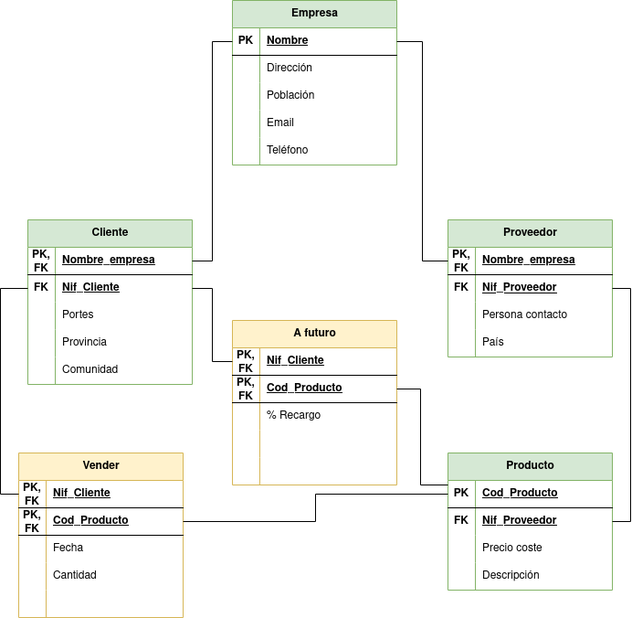
The draw.io diagram Unidad-1/Tareas/Tareas-evaluables/Tarea-evaluable-5/tarea-empresa-compraventa.drawio.png in LuisMGlez/base-datos, before a commit. Source tidied: cells renumbered, new cells last; positions are measured from the earlier drawing's top-left corner, leaving out a move shared by most shapes.
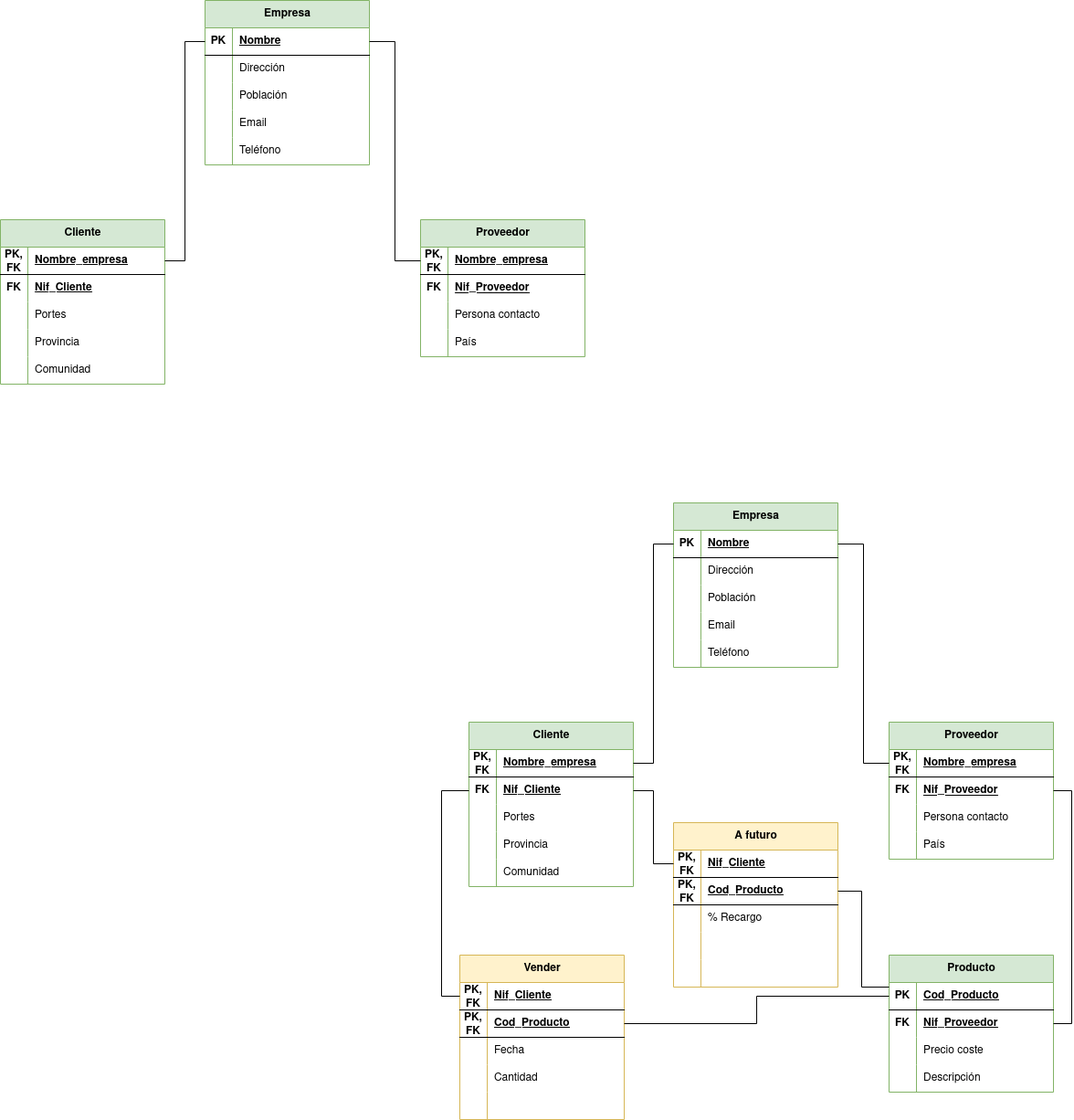
After the change.

Change to the diagram source:
```diff
@@ -299,5 +299,146 @@
     <mxCell id="98" style="edgeStyle=orthogonalEdgeStyle;rounded=0;jettySize=auto;html=1;exitX=1;exitY=0.5;exitDx=0;exitDy=0;entryX=1;entryY=0.5;entryDx=0;entryDy=0;endArrow=none;endFill=0;" parent="1" edge="1" source="38" target="49">
       <mxGeometry relative="1" as="geometry" />
     </mxCell>
+    <mxCell id="99" value="Cliente" style="shape=table;startSize=30;rowLines=0;fontStyle=1;align=center;html=1;fillColor=#d5e8d4;strokeColor=#82b366;" parent="1" vertex="1">
+      <mxGeometry x="-503" y="-310" width="180" height="180" as="geometry" />
+    </mxCell>
+    <mxCell id="100" style="shape=tableRow;horizontal=0;startSize=0;swimlaneHead=0;swimlaneBody=0;fillColor=none;points=[[0,0.5],[1,0.5]];portConstraint=eastwest;top=0;left=0;right=0;bottom=1;" parent="99" vertex="1">
+      <mxGeometry y="30" width="180" height="30" as="geometry" />
+    </mxCell>
+    <mxCell id="101" value="PK, FK" style="shape=partialRectangle;fillColor=none;top=0;left=0;bottom=0;right=0;fontStyle=1;overflow=hidden;whiteSpace=wrap;html=1;" parent="100" vertex="1">
+      <mxGeometry width="30" height="30" as="geometry" />
+    </mxCell>
+    <mxCell id="102" value="Nombre_empresa" style="shape=partialRectangle;fillColor=none;top=0;left=0;bottom=0;right=0;align=left;spacingLeft=6;fontStyle=5;overflow=hidden;whiteSpace=wrap;html=1;" parent="100" vertex="1">
+      <mxGeometry x="30" width="150" height="30" as="geometry" />
+    </mxCell>
+    <mxCell id="103" style="shape=tableRow;horizontal=0;startSize=0;swimlaneHead=0;swimlaneBody=0;fillColor=none;top=0;left=0;right=0;bottom=0;" parent="99" vertex="1">
+      <mxGeometry y="60" width="180" height="30" as="geometry" />
+    </mxCell>
+    <mxCell id="104" value="&lt;b&gt;FK&lt;/b&gt;" style="shape=partialRectangle;fillColor=none;top=0;left=0;bottom=0;right=0;overflow=hidden;whiteSpace=wrap;html=1;" parent="103" vertex="1">
+      <mxGeometry width="30" height="30" as="geometry" />
+    </mxCell>
+    <mxCell id="105" value="&lt;b&gt;&lt;u&gt;Nif_Cliente&lt;/u&gt;&lt;/b&gt;" style="shape=partialRectangle;fillColor=none;top=0;left=0;bottom=0;right=0;align=left;spacingLeft=6;overflow=hidden;whiteSpace=wrap;html=1;" parent="103" vertex="1">
+      <mxGeometry x="30" width="150" height="30" as="geometry" />
+    </mxCell>
+    <mxCell id="106" style="shape=tableRow;horizontal=0;startSize=0;swimlaneHead=0;swimlaneBody=0;fillColor=none;top=0;left=0;right=0;bottom=0;" parent="99" vertex="1">
+      <mxGeometry y="90" width="180" height="30" as="geometry" />
+    </mxCell>
+    <mxCell id="107" style="shape=partialRectangle;fillColor=none;top=0;left=0;bottom=0;right=0;overflow=hidden;whiteSpace=wrap;html=1;" parent="106" vertex="1">
+      <mxGeometry width="30" height="30" as="geometry" />
+    </mxCell>
+    <mxCell id="108" value="Portes" style="shape=partialRectangle;fillColor=none;top=0;left=0;bottom=0;right=0;align=left;spacingLeft=6;overflow=hidden;whiteSpace=wrap;html=1;" parent="106" vertex="1">
+      <mxGeometry x="30" width="150" height="30" as="geometry" />
+    </mxCell>
+    <mxCell id="109" style="shape=tableRow;horizontal=0;startSize=0;swimlaneHead=0;swimlaneBody=0;fillColor=none;top=0;left=0;right=0;bottom=0;" parent="99" vertex="1">
+      <mxGeometry y="120" width="180" height="30" as="geometry" />
+    </mxCell>
+    <mxCell id="110" style="shape=partialRectangle;fillColor=none;top=0;left=0;bottom=0;right=0;overflow=hidden;whiteSpace=wrap;html=1;" parent="109" vertex="1">
+      <mxGeometry width="30" height="30" as="geometry" />
+    </mxCell>
+    <mxCell id="111" value="Provincia" style="shape=partialRectangle;fillColor=none;top=0;left=0;bottom=0;right=0;align=left;spacingLeft=6;overflow=hidden;whiteSpace=wrap;html=1;" parent="109" vertex="1">
+      <mxGeometry x="30" width="150" height="30" as="geometry" />
+    </mxCell>
+    <mxCell id="112" style="shape=tableRow;horizontal=0;startSize=0;swimlaneHead=0;swimlaneBody=0;fillColor=none;top=0;left=0;right=0;bottom=0;" parent="99" vertex="1">
+      <mxGeometry y="150" width="180" height="30" as="geometry" />
+    </mxCell>
+    <mxCell id="113" style="shape=partialRectangle;fillColor=none;top=0;left=0;bottom=0;right=0;overflow=hidden;whiteSpace=wrap;html=1;" parent="112" vertex="1">
+      <mxGeometry width="30" height="30" as="geometry" />
+    </mxCell>
+    <mxCell id="114" value="Comunidad" style="shape=partialRectangle;fillColor=none;top=0;left=0;bottom=0;right=0;align=left;spacingLeft=6;overflow=hidden;whiteSpace=wrap;html=1;" parent="112" vertex="1">
+      <mxGeometry x="30" width="150" height="30" as="geometry" />
+    </mxCell>
+    <mxCell id="115" value="Empresa" style="shape=table;startSize=30;rowLines=0;fontStyle=1;align=center;html=1;fillColor=#d5e8d4;strokeColor=#82b366;" parent="1" vertex="1">
+      <mxGeometry x="-279" y="-550" width="180" height="180" as="geometry" />
+    </mxCell>
+    <mxCell id="116" style="shape=tableRow;horizontal=0;startSize=0;swimlaneHead=0;swimlaneBody=0;fillColor=none;points=[[0,0.5],[1,0.5]];portConstraint=eastwest;top=0;left=0;right=0;bottom=1;" parent="115" vertex="1">
+      <mxGeometry y="30" width="180" height="30" as="geometry" />
+    </mxCell>
+    <mxCell id="117" value="PK" style="shape=partialRectangle;fillColor=none;top=0;left=0;bottom=0;right=0;fontStyle=1;overflow=hidden;whiteSpace=wrap;html=1;" parent="116" vertex="1">
+      <mxGeometry width="30" height="30" as="geometry" />
+    </mxCell>
+    <mxCell id="118" value="Nombre" style="shape=partialRectangle;fillColor=none;top=0;left=0;bottom=0;right=0;align=left;spacingLeft=6;fontStyle=5;overflow=hidden;whiteSpace=wrap;html=1;" parent="116" vertex="1">
+      <mxGeometry x="30" width="150" height="30" as="geometry" />
+    </mxCell>
+    <mxCell id="119" style="shape=tableRow;horizontal=0;startSize=0;swimlaneHead=0;swimlaneBody=0;fillColor=none;top=0;left=0;right=0;bottom=0;" parent="115" vertex="1">
+      <mxGeometry y="60" width="180" height="30" as="geometry" />
+    </mxCell>
+    <mxCell id="120" style="shape=partialRectangle;fillColor=none;top=0;left=0;bottom=0;right=0;overflow=hidden;whiteSpace=wrap;html=1;" parent="119" vertex="1">
+      <mxGeometry width="30" height="30" as="geometry" />
+    </mxCell>
+    <mxCell id="121" value="Dirección" style="shape=partialRectangle;fillColor=none;top=0;left=0;bottom=0;right=0;align=left;spacingLeft=6;overflow=hidden;whiteSpace=wrap;html=1;" parent="119" vertex="1">
+      <mxGeometry x="30" width="150" height="30" as="geometry" />
+    </mxCell>
+    <mxCell id="122" style="shape=tableRow;horizontal=0;startSize=0;swimlaneHead=0;swimlaneBody=0;fillColor=none;top=0;left=0;right=0;bottom=0;" parent="115" vertex="1">
+      <mxGeometry y="90" width="180" height="30" as="geometry" />
+    </mxCell>
+    <mxCell id="123" style="shape=partialRectangle;fillColor=none;top=0;left=0;bottom=0;right=0;overflow=hidden;whiteSpace=wrap;html=1;" parent="122" vertex="1">
+      <mxGeometry width="30" height="30" as="geometry" />
+    </mxCell>
+    <mxCell id="124" value="Población" style="shape=partialRectangle;fillColor=none;top=0;left=0;bottom=0;right=0;align=left;spacingLeft=6;overflow=hidden;whiteSpace=wrap;html=1;" parent="122" vertex="1">
+      <mxGeometry x="30" width="150" height="30" as="geometry" />
+    </mxCell>
+    <mxCell id="125" style="shape=tableRow;horizontal=0;startSize=0;swimlaneHead=0;swimlaneBody=0;fillColor=none;top=0;left=0;right=0;bottom=0;" parent="115" vertex="1">
+      <mxGeometry y="120" width="180" height="30" as="geometry" />
+    </mxCell>
+    <mxCell id="126" style="shape=partialRectangle;fillColor=none;top=0;left=0;bottom=0;right=0;overflow=hidden;whiteSpace=wrap;html=1;" parent="125" vertex="1">
+      <mxGeometry width="30" height="30" as="geometry" />
+    </mxCell>
+    <mxCell id="127" value="Email" style="shape=partialRectangle;fillColor=none;top=0;left=0;bottom=0;right=0;align=left;spacingLeft=6;overflow=hidden;whiteSpace=wrap;html=1;" parent="125" vertex="1">
+      <mxGeometry x="30" width="150" height="30" as="geometry" />
+    </mxCell>
+    <mxCell id="128" style="shape=tableRow;horizontal=0;startSize=0;swimlaneHead=0;swimlaneBody=0;fillColor=none;top=0;left=0;right=0;bottom=0;" parent="115" vertex="1">
+      <mxGeometry y="150" width="180" height="30" as="geometry" />
+    </mxCell>
+    <mxCell id="129" style="shape=partialRectangle;fillColor=none;top=0;left=0;bottom=0;right=0;overflow=hidden;whiteSpace=wrap;html=1;" parent="128" vertex="1">
+      <mxGeometry width="30" height="30" as="geometry" />
+    </mxCell>
+    <mxCell id="130" value="Teléfono" style="shape=partialRectangle;fillColor=none;top=0;left=0;bottom=0;right=0;align=left;spacingLeft=6;overflow=hidden;whiteSpace=wrap;html=1;" parent="128" vertex="1">
+      <mxGeometry x="30" width="150" height="30" as="geometry" />
+    </mxCell>
+    <mxCell id="131" value="Proveedor" style="shape=table;startSize=30;rowLines=0;fontStyle=1;align=center;html=1;fillColor=#d5e8d4;strokeColor=#82b366;" parent="1" vertex="1">
+      <mxGeometry x="-43" y="-310" width="180" height="150" as="geometry" />
+    </mxCell>
+    <mxCell id="132" style="shape=tableRow;horizontal=0;startSize=0;swimlaneHead=0;swimlaneBody=0;fillColor=none;points=[[0,0.5],[1,0.5]];portConstraint=eastwest;top=0;left=0;right=0;bottom=1;" parent="131" vertex="1">
+      <mxGeometry y="30" width="180" height="30" as="geometry" />
+    </mxCell>
+    <mxCell id="133" value="PK, FK" style="shape=partialRectangle;fillColor=none;top=0;left=0;bottom=0;right=0;fontStyle=1;overflow=hidden;whiteSpace=wrap;html=1;" parent="132" vertex="1">
+      <mxGeometry width="30" height="30" as="geometry" />
+    </mxCell>
+    <mxCell id="134" value="Nombre_empresa" style="shape=partialRectangle;fillColor=none;top=0;left=0;bottom=0;right=0;align=left;spacingLeft=6;fontStyle=5;overflow=hidden;whiteSpace=wrap;html=1;" parent="132" vertex="1">
+      <mxGeometry x="30" width="150" height="30" as="geometry" />
+    </mxCell>
+    <mxCell id="135" style="shape=tableRow;horizontal=0;startSize=0;swimlaneHead=0;swimlaneBody=0;fillColor=none;top=0;left=0;right=0;bottom=0;" parent="131" vertex="1">
+      <mxGeometry y="60" width="180" height="30" as="geometry" />
+    </mxCell>
+    <mxCell id="136" value="&lt;b&gt;FK&lt;/b&gt;" style="shape=partialRectangle;fillColor=none;top=0;left=0;bottom=0;right=0;overflow=hidden;whiteSpace=wrap;html=1;" parent="135" vertex="1">
+      <mxGeometry width="30" height="30" as="geometry" />
+    </mxCell>
+    <mxCell id="137" value="&lt;u&gt;&lt;b&gt;Nif_Proveedor&lt;/b&gt;&lt;/u&gt;" style="shape=partialRectangle;fillColor=none;top=0;left=0;bottom=0;right=0;align=left;spacingLeft=6;overflow=hidden;whiteSpace=wrap;html=1;" parent="135" vertex="1">
+      <mxGeometry x="30" width="150" height="30" as="geometry" />
+    </mxCell>
+    <mxCell id="138" style="shape=tableRow;horizontal=0;startSize=0;swimlaneHead=0;swimlaneBody=0;fillColor=none;top=0;left=0;right=0;bottom=0;" parent="131" vertex="1">
+      <mxGeometry y="90" width="180" height="30" as="geometry" />
+    </mxCell>
+    <mxCell id="139" style="shape=partialRectangle;fillColor=none;top=0;left=0;bottom=0;right=0;overflow=hidden;whiteSpace=wrap;html=1;" parent="138" vertex="1">
+      <mxGeometry width="30" height="30" as="geometry" />
+    </mxCell>
+    <mxCell id="140" value="Persona contacto" style="shape=partialRectangle;fillColor=none;top=0;left=0;bottom=0;right=0;align=left;spacingLeft=6;overflow=hidden;whiteSpace=wrap;html=1;" parent="138" vertex="1">
+      <mxGeometry x="30" width="150" height="30" as="geometry" />
+    </mxCell>
+    <mxCell id="141" style="shape=tableRow;horizontal=0;startSize=0;swimlaneHead=0;swimlaneBody=0;fillColor=none;top=0;left=0;right=0;bottom=0;" parent="131" vertex="1">
+      <mxGeometry y="120" width="180" height="30" as="geometry" />
+    </mxCell>
+    <mxCell id="142" style="shape=partialRectangle;fillColor=none;top=0;left=0;bottom=0;right=0;overflow=hidden;whiteSpace=wrap;html=1;" parent="141" vertex="1">
+      <mxGeometry width="30" height="30" as="geometry" />
+    </mxCell>
+    <mxCell id="143" value="País" style="shape=partialRectangle;fillColor=none;top=0;left=0;bottom=0;right=0;align=left;spacingLeft=6;overflow=hidden;whiteSpace=wrap;html=1;" parent="141" vertex="1">
+      <mxGeometry x="30" width="150" height="30" as="geometry" />
+    </mxCell>
+    <mxCell id="144" style="edgeStyle=orthogonalEdgeStyle;rounded=0;jettySize=auto;html=1;exitX=0;exitY=0.5;exitDx=0;exitDy=0;entryX=1;entryY=0.5;entryDx=0;entryDy=0;endArrow=none;endFill=0;" parent="1" edge="1" source="116" target="100">
+      <mxGeometry relative="1" as="geometry" />
+    </mxCell>
+    <mxCell id="145" style="edgeStyle=orthogonalEdgeStyle;rounded=0;jettySize=auto;html=1;exitX=1;exitY=0.5;exitDx=0;exitDy=0;entryX=0;entryY=0.5;entryDx=0;entryDy=0;endArrow=none;endFill=0;" parent="1" edge="1" source="116" target="132">
+      <mxGeometry relative="1" as="geometry" />
+    </mxCell>
   </root>
 </mxGraphModel>
```
